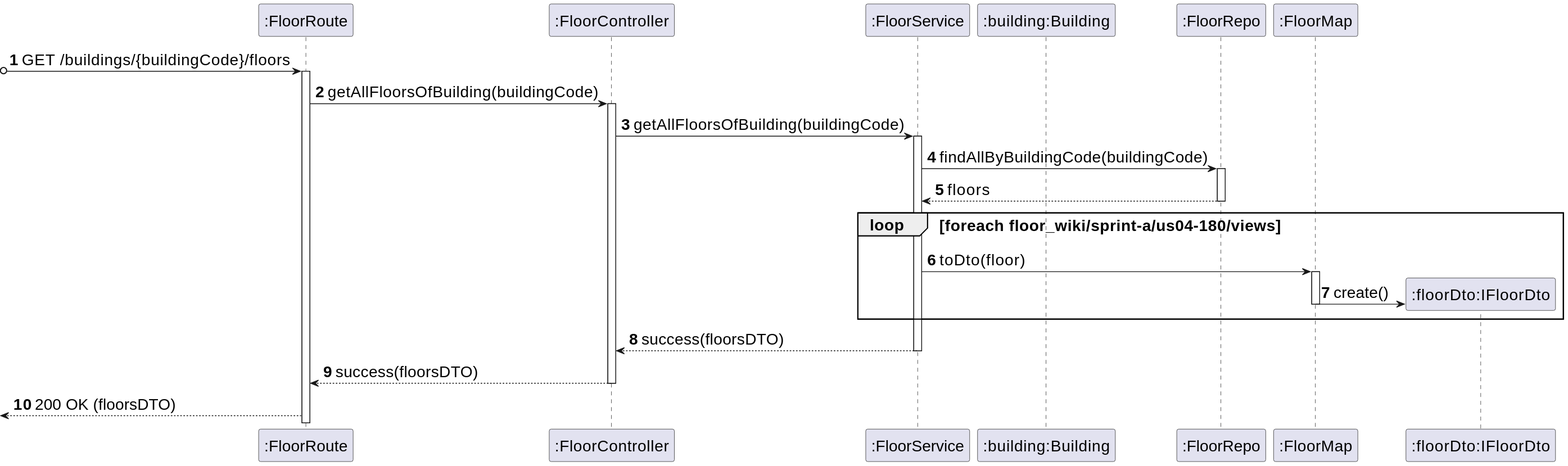
Earlier version of the PlantUML export _wiki/sprint-a/us07-210/views/level-3/assets/process-view.svg (miseEnPlace-dev/lapr5).
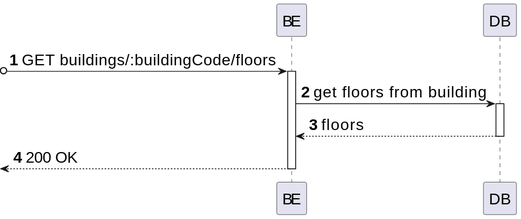
Above is the later version.

What changed in the source:
```diff
@@ -1,33 +1,17 @@
 @startuml
 skinparamlocked defaultFontSize 20
 autonumber
-participant route as ":FloorRoute"
-participant controller as ":FloorController"
-participant service as ":FloorService"
-participant BUILD as ":building:Building"
-participant floor_repo as ":FloorRepo"
-participant map as ":FloorMap"
-participant floor_dto as ":floorDto:IFloorDto"
+participant BE as "BE"
+participant DB as "DB"
 
-?o-> route : GET /buildings/{buildingCode}/floors
-activate route
-route -> controller : getAllFloorsOfBuilding(buildingCode)
-activate controller
-controller -> service : getAllFloorsOfBuilding(buildingCode)
-activate service
-service -> floor_repo : findAllByBuildingCode(buildingCode)
-activate floor_repo
-floor_repo --> service : floors
-deactivate floor_repo
-loop foreach floor_wiki/sprint-a/us04-180/views
-    service -> map : toDto(floor)
-    activate map
-    map -> floor_dto** : create()
-    deactivate map
-end
-service --> controller : success(floorsDTO)
-deactivate service
-controller --> route : success(floorsDTO)
-deactivate controller
-<-- route : 200 OK (floorsDTO)
+?o-> BE : GET buildings/:buildingCode/floors
+activate BE
+
+BE -> DB : get floors from building
+activate DB
+DB --> BE : floors
+deactivate DB
+
+<-- BE : 200 OK
+deactivate BE
 @enduml
```
